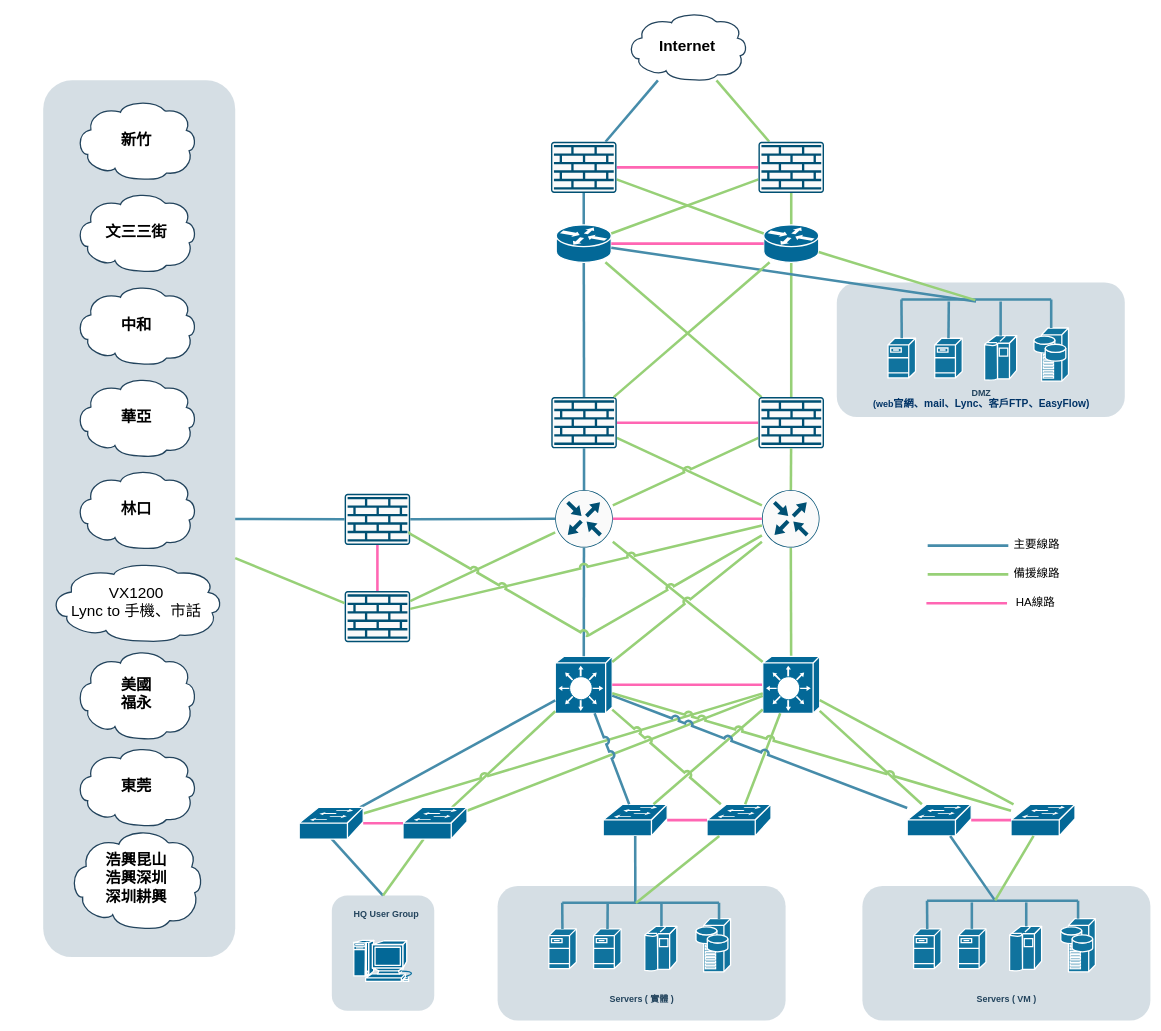
KevinKuo2519/AI-Prpgram keeps this draw.io diagram as DMZ-HQ.drawio. Above is the earlier version. Source tidied: cells renumbered, new cells numbered last; positions are measured from the earlier drawing's top-left corner, leaving out a move shared by most shapes. Both pictures are drawn from the tidied source at 64%, with x=0, y=0 at pixel (11, 12).
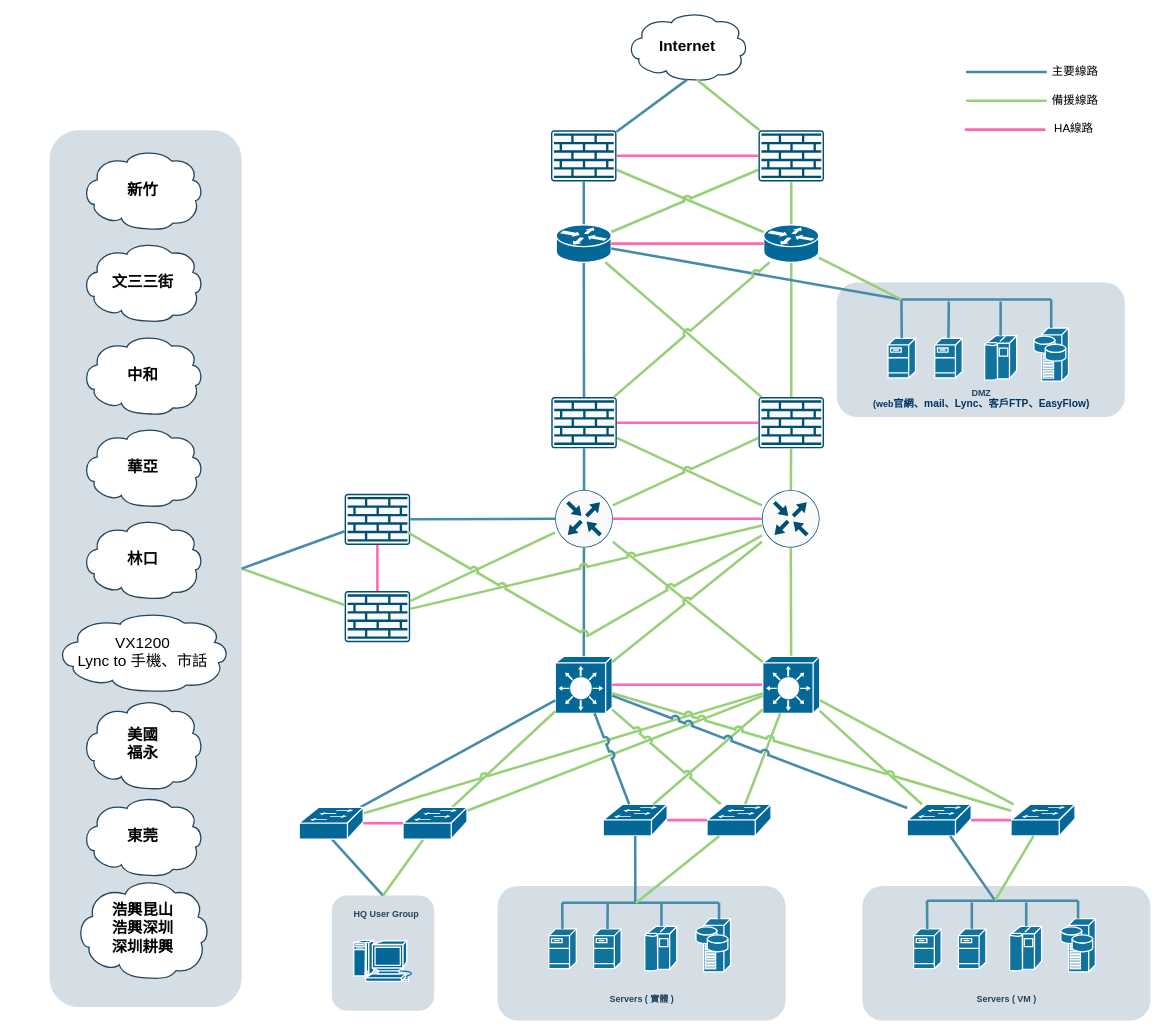
After the change.

Unchanged cells that the change refers to:
```xml
<mxCell id="8" style="line;html=1;strokeColor=#468CAA;" parent="2" vertex="1">
  <mxGeometry x="101" y="21.5" width="234" height="10" as="geometry" />
</mxCell>
<mxCell id="44" value="&lt;p style=&quot;margin-top: 0pt; margin-bottom: 0pt; margin-left: 0in; direction: ltr; unicode-bidi: embed; word-break: normal; font-size: 23px;&quot;&gt;&lt;/p&gt;&lt;p style=&quot;margin-top: 0pt; margin-bottom: 0pt; margin-left: 0in; direction: ltr; unicode-bidi: embed; word-break: normal;&quot;&gt;&lt;font color=&quot;#000000&quot;&gt;Internet&lt;/font&gt;&lt;/p&gt;" style="shape=mxgraph.cisco.storage.cloud;html=1;dashed=0;strokeColor=#23445D;fillColor=#ffffff;strokeWidth=2;fontFamily=Helvetica;fontSize=24;fontColor=#23445D;align=center;fontStyle=1;" parent="1" vertex="1">
  <mxGeometry x="961.1" width="190" height="107" as="geometry" />
</mxCell>
<mxCell id="51" style="shape=mxgraph.cisco.routers.router;sketch=0;html=1;dashed=0;fillColor=#036897;strokeColor=#ffffff;strokeWidth=2;verticalLabelPosition=bottom;verticalAlign=top;align=center;outlineConnect=0;" parent="1" vertex="1">
  <mxGeometry x="851.6" y="333" width="86" height="58.4" as="geometry" />
</mxCell>
<mxCell id="52" style="shape=mxgraph.cisco.routers.router;sketch=0;html=1;dashed=0;fillColor=#036897;strokeColor=#ffffff;strokeWidth=2;verticalLabelPosition=bottom;verticalAlign=top;align=center;outlineConnect=0;" parent="1" vertex="1">
  <mxGeometry x="1175.8" y="333" width="86" height="58.4" as="geometry" />
</mxCell>
<mxCell id="71" style="rounded=1;whiteSpace=wrap;html=1;strokeColor=none;fillColor=#BAC8D3;fontSize=24;fontColor=#23445D;align=center;opacity=60;" parent="70" vertex="1">
  <mxGeometry x="50" width="300" height="1370" as="geometry" />
</mxCell>
<mxCell id="81" style="sketch=0;points=[[0.015,0.015,0],[0.985,0.015,0],[0.985,0.985,0],[0.015,0.985,0],[0.25,0,0],[0.5,0,0],[0.75,0,0],[1,0.25,0],[1,0.5,0],[1,0.75,0],[0.75,1,0],[0.5,1,0],[0.25,1,0],[0,0.75,0],[0,0.5,0],[0,0.25,0]];verticalLabelPosition=bottom;html=1;verticalAlign=top;align=center;shape=mxgraph.cisco19.rect;prIcon=firewall;fillColor=#FAFAFA;strokeColor=#005073;" parent="1" vertex="1">
  <mxGeometry x="521" y="905" width="102.4" height="80" as="geometry" />
</mxCell>
<mxCell id="82" style="sketch=0;points=[[0.015,0.015,0],[0.985,0.015,0],[0.985,0.985,0],[0.015,0.985,0],[0.25,0,0],[0.5,0,0],[0.75,0,0],[1,0.25,0],[1,0.5,0],[1,0.75,0],[0.75,1,0],[0.5,1,0],[0.25,1,0],[0,0.75,0],[0,0.5,0],[0,0.25,0]];verticalLabelPosition=bottom;html=1;verticalAlign=top;align=center;shape=mxgraph.cisco19.rect;prIcon=firewall;fillColor=#FAFAFA;strokeColor=#005073;" parent="1" vertex="1">
  <mxGeometry x="521" y="753" width="102.4" height="80" as="geometry" />
</mxCell>
<mxCell id="85" style="sketch=0;points=[[0.015,0.015,0],[0.985,0.015,0],[0.985,0.985,0],[0.015,0.985,0],[0.25,0,0],[0.5,0,0],[0.75,0,0],[1,0.25,0],[1,0.5,0],[1,0.75,0],[0.75,1,0],[0.5,1,0],[0.25,1,0],[0,0.75,0],[0,0.5,0],[0,0.25,0]];verticalLabelPosition=bottom;html=1;verticalAlign=top;align=center;shape=mxgraph.cisco19.rect;prIcon=firewall;fillColor=#FAFAFA;strokeColor=#005073;" parent="1" vertex="1">
  <mxGeometry x="843.9" y="602" width="102.4" height="80" as="geometry" />
</mxCell>
```

Diff of the diagram source:
```diff
@@
-    <mxCell id="45" style="rounded=1;jettySize=auto;html=1;endArrow=none;endFill=0;strokeColor=#468CAA;strokeWidth=4;" parent="1" edge="1" source="87" target="44">
+    <mxCell id="45" style="rounded=1;jettySize=auto;html=1;endArrow=none;endFill=0;strokeColor=#468CAA;strokeWidth=4;entryX=0.5;entryY=0.99;entryDx=0;entryDy=0;entryPerimeter=0;" parent="1" edge="1" source="87" target="44">
       <mxGeometry relative="1" as="geometry" />
     </mxCell>
-    <mxCell id="46" style="rounded=1;jettySize=auto;html=1;strokeColor=#97D077;strokeWidth=4;endArrow=none;endFill=0;elbow=vertical;" parent="1" edge="1" source="89" target="44">
+    <mxCell id="46" style="rounded=1;jettySize=auto;html=1;strokeColor=#97D077;strokeWidth=4;endArrow=none;endFill=0;elbow=vertical;entryX=0.578;entryY=0.987;entryDx=0;entryDy=0;entryPerimeter=0;" parent="1" edge="1" source="89" target="44">
       <mxGeometry relative="1" as="geometry" />
     </mxCell>
@@
-    <mxCell id="56" style="rounded=1;jettySize=auto;html=1;strokeWidth=4;strokeColor=#97D077;endArrow=none;endFill=0;" parent="1" edge="1" source="51" target="89">
+    <mxCell id="56" style="rounded=1;jettySize=auto;html=1;strokeWidth=4;strokeColor=#97D077;endArrow=none;endFill=0;jumpStyle=arc;" parent="1" edge="1" source="51" target="89">
       <mxGeometry relative="1" as="geometry" />
     </mxCell>
-    <mxCell id="57" style="rounded=1;jettySize=auto;html=1;endArrow=none;endFill=0;strokeWidth=4;strokeColor=#468CAA;exitX=0.498;exitY=0.821;exitDx=0;exitDy=0;exitPerimeter=0;" parent="1" edge="1" source="8" target="51">
+    <mxCell id="57" style="rounded=1;jettySize=auto;html=1;endArrow=none;endFill=0;strokeWidth=4;strokeColor=#468CAA;exitX=0;exitY=0.5;exitDx=0;exitDy=0;exitPerimeter=0;" parent="1" edge="1" source="8" target="51">
       <mxGeometry relative="1" as="geometry" />
     </mxCell>
-    <mxCell id="58" style="rounded=1;jettySize=auto;html=1;strokeWidth=4;strokeColor=#97D077;endArrow=none;endFill=0;entryX=0.493;entryY=0.594;entryDx=0;entryDy=0;entryPerimeter=0;" parent="1" edge="1" source="52" target="8">
+    <mxCell id="58" style="rounded=1;jettySize=auto;html=1;strokeWidth=4;strokeColor=#97D077;endArrow=none;endFill=0;entryX=0;entryY=0.5;entryDx=0;entryDy=0;entryPerimeter=0;" parent="1" edge="1" source="52" target="8">
       <mxGeometry relative="1" as="geometry" />
     </mxCell>
@@
     <mxCell id="70" style="group;" parent="1" vertex="1">
-      <mxGeometry y="107" width="380" height="1370" as="geometry" />
+      <mxGeometry x="10" y="185" width="380" height="1370" as="geometry" />
     </mxCell>
@@
-    <mxCell id="83" style="rounded=1;jettySize=auto;html=1;strokeColor=#97D077;endArrow=none;endFill=0;strokeWidth=4;" parent="1" edge="1" source="71" target="81">
+    <mxCell id="83" style="rounded=1;jettySize=auto;html=1;strokeColor=#97D077;endArrow=none;endFill=0;strokeWidth=4;exitX=1;exitY=0.5;exitDx=0;exitDy=0;" parent="1" edge="1" source="71" target="81">
       <mxGeometry relative="1" as="geometry" />
     </mxCell>
-    <mxCell id="84" style="rounded=1;jettySize=auto;html=1;strokeColor=#468CAA;strokeWidth=4;endArrow=none;endFill=0;elbow=vertical;jumpStyle=arc;" parent="1" edge="1" source="71" target="82">
+    <mxCell id="84" style="rounded=1;jettySize=auto;html=1;strokeColor=#468CAA;strokeWidth=4;endArrow=none;endFill=0;elbow=vertical;jumpStyle=arc;exitX=1;exitY=0.5;exitDx=0;exitDy=0;" parent="1" edge="1" source="71" target="82">
       <mxGeometry relative="1" as="geometry" />
     </mxCell>
@@
     <mxCell id="87" style="sketch=0;points=[[0.015,0.015,0],[0.985,0.015,0],[0.985,0.985,0],[0.015,0.985,0],[0.25,0,0],[0.5,0,0],[0.75,0,0],[1,0.25,0],[1,0.5,0],[1,0.75,0],[0.75,1,0],[0.5,1,0],[0.25,1,0],[0,0.75,0],[0,0.5,0],[0,0.25,0]];verticalLabelPosition=bottom;html=1;verticalAlign=top;align=center;shape=mxgraph.cisco19.rect;prIcon=firewall;fillColor=#FAFAFA;strokeColor=#005073;" parent="1" vertex="1">
-      <mxGeometry x="843.4" y="203" width="102.4" height="80" as="geometry" />
+      <mxGeometry x="843.4" y="185" width="102.4" height="80" as="geometry" />
     </mxCell>
@@
     <mxCell id="89" style="sketch=0;points=[[0.015,0.015,0],[0.985,0.015,0],[0.985,0.985,0],[0.015,0.985,0],[0.25,0,0],[0.5,0,0],[0.75,0,0],[1,0.25,0],[1,0.5,0],[1,0.75,0],[0.75,1,0],[0.5,1,0],[0.25,1,0],[0,0.75,0],[0,0.5,0],[0,0.25,0]];verticalLabelPosition=bottom;html=1;verticalAlign=top;align=center;shape=mxgraph.cisco19.rect;prIcon=firewall;fillColor=#FAFAFA;strokeColor=#005073;" parent="1" vertex="1">
-      <mxGeometry x="1167.6" y="203" width="102.4" height="80" as="geometry" />
+      <mxGeometry x="1167.6" y="185" width="102.4" height="80" as="geometry" />
     </mxCell>
@@
-    <mxCell id="96" style="rounded=1;jettySize=auto;html=1;endArrow=none;endFill=0;strokeWidth=4;strokeColor=#97D077;" parent="1" edge="1" source="52" target="85">
+    <mxCell id="96" style="rounded=1;jettySize=auto;html=1;endArrow=none;endFill=0;strokeWidth=4;strokeColor=#97D077;jumpStyle=arc;" parent="1" edge="1" source="52" target="85">
       <mxGeometry relative="1" as="geometry" />
     </mxCell>
@@
     <mxCell id="131" style="group;" parent="1" vertex="1">
-      <mxGeometry x="1430" y="813" width="222" height="130" as="geometry" />
+      <mxGeometry x="1490" y="73" width="222" height="130" as="geometry" />
     </mxCell>
```
